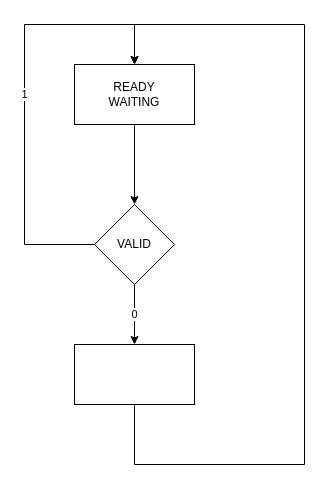
Earlier version of the draw.io diagram resources/test.drawio (jonahfoley/FSM.io). Source tidied: cells renumbered, new cells numbered last; positions are measured from the earlier drawing's top-left corner, leaving out a move shared by most shapes. Both pictures are drawn from the tidied source at 100%, with x=0, y=0 at pixel (24, 24).
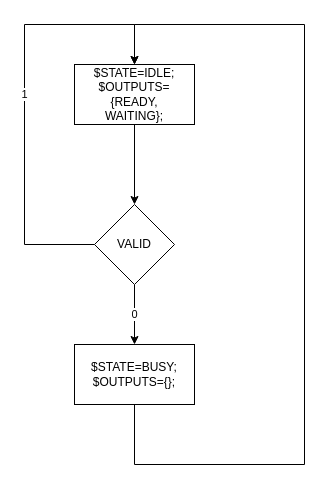
After the change.

Commit message (it also covers changes not shown here):
added  and  variables and regex matching on state processing

The edit, as a diff of the source:
```diff
@@
 <mxGraphModel>
   <root>
     <mxCell id="0" />
     <mxCell id="1" parent="0" />
     <mxCell id="2" style="edgeStyle=orthogonalEdgeStyle;rounded=0;jettySize=auto;html=1;exitX=0.5;exitY=1;exitDx=0;exitDy=0;entryX=0.5;entryY=0;entryDx=0;entryDy=0;" parent="1" edge="1" source="3" target="6">
       <mxGeometry relative="1" as="geometry" />
     </mxCell>
-    <mxCell id="3" value="READY&lt;br&gt;WAITING" style="rounded=0;whiteSpace=wrap;html=1;" parent="1" vertex="1">
+    <mxCell id="3" value="$STATE=IDLE;&lt;br&gt;$OUTPUTS={READY,&lt;br&gt;WAITING};" style="rounded=0;whiteSpace=wrap;html=1;" parent="1" vertex="1">
       <mxGeometry x="50" y="40" width="120" height="60" as="geometry" />
     </mxCell>
     <mxCell id="4" value="1" style="edgeStyle=orthogonalEdgeStyle;rounded=0;jettySize=auto;html=1;exitX=0;exitY=0.5;exitDx=0;exitDy=0;entryX=0.5;entryY=0;entryDx=0;entryDy=0;" parent="1" edge="1" source="6" target="3">
       <mxGeometry relative="1" as="geometry">
         <Array as="points">
           <mxPoint y="220" />
           <mxPoint />
           <mxPoint x="110" />
         </Array>
       </mxGeometry>
     </mxCell>
     <mxCell id="5" value="0" style="edgeStyle=orthogonalEdgeStyle;rounded=0;jettySize=auto;html=1;exitX=0.5;exitY=1;exitDx=0;exitDy=0;entryX=0.5;entryY=0;entryDx=0;entryDy=0;" parent="1" edge="1" source="6" target="8">
       <mxGeometry relative="1" as="geometry" />
     </mxCell>
     <mxCell id="6" value="VALID" style="rhombus;whiteSpace=wrap;html=1;" parent="1" vertex="1">
       <mxGeometry x="70" y="180" width="80" height="80" as="geometry" />
     </mxCell>
     <mxCell id="7" style="edgeStyle=orthogonalEdgeStyle;rounded=0;jettySize=auto;html=1;entryX=0.5;entryY=0;entryDx=0;entryDy=0;" parent="1" edge="1" source="8" target="3">
       <mxGeometry relative="1" as="geometry">
         <Array as="points">
           <mxPoint x="110" y="440" />
           <mxPoint x="280" y="440" />
           <mxPoint x="280" />
           <mxPoint x="110" />
         </Array>
       </mxGeometry>
     </mxCell>
-    <mxCell id="8" style="rounded=0;whiteSpace=wrap;html=1;" parent="1" vertex="1">
+    <mxCell id="8" value="$STATE=BUSY;&lt;br&gt;$OUTPUTS={};" style="rounded=0;whiteSpace=wrap;html=1;" parent="1" vertex="1">
       <mxGeometry x="50" y="320" width="120" height="60" as="geometry" />
     </mxCell>
   </root>
 </mxGraphModel>
```
